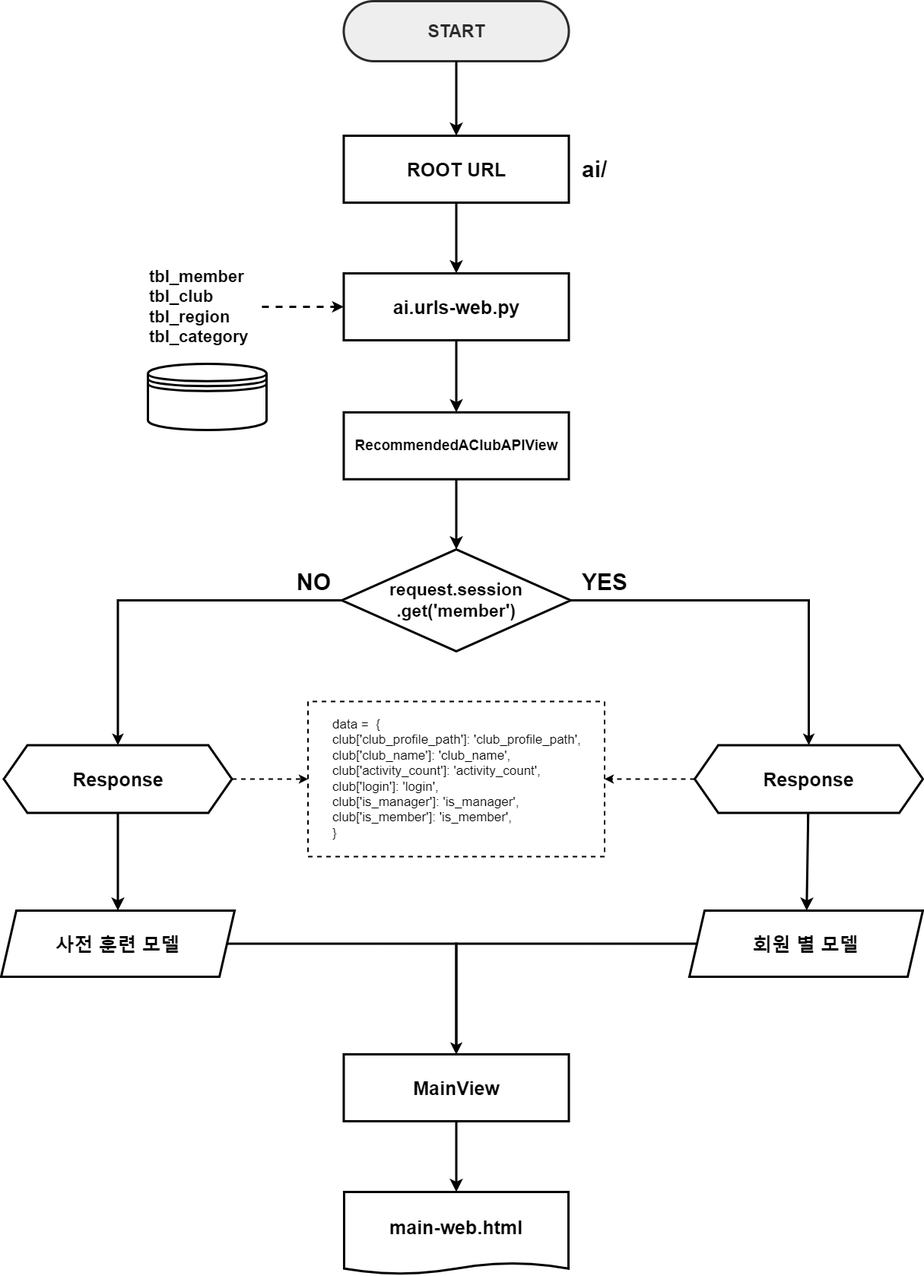
Before: teenplay/images/club_ai_flowchart.png, a diagram exported from draw.io (songseogyeong/project-machine_learning). Source tidied: cells renumbered, new cells last; positions are measured from the earlier drawing's top-left corner, leaving out a move shared by most shapes.
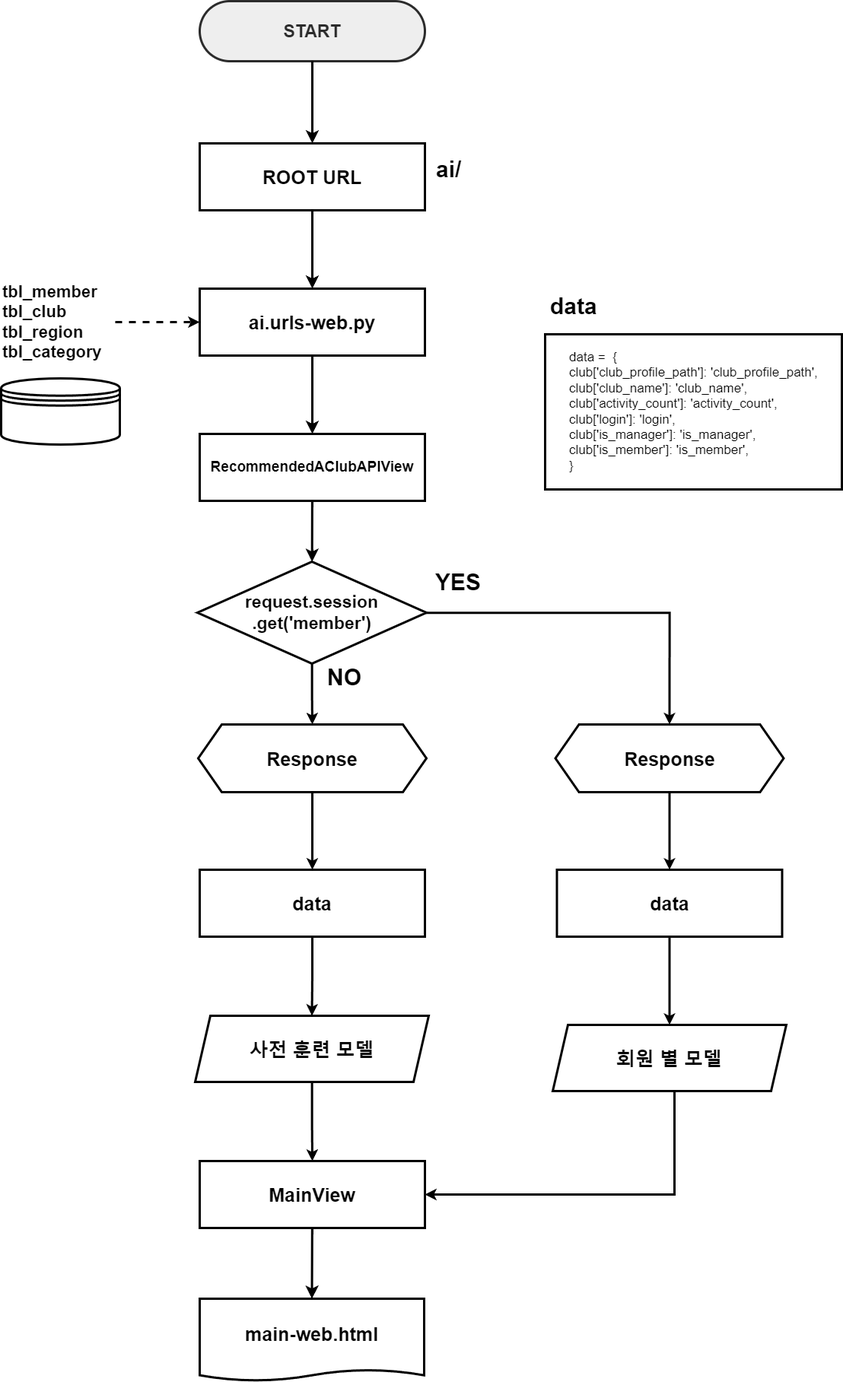
Above is the later version.

Change to the diagram source:
```diff
@@ -2,86 +2,84 @@
   <root>
     <mxCell id="0" />
     <mxCell id="1" parent="0" />
-    <mxCell id="2" style="shape=datastore;whiteSpace=wrap;html=1;strokeWidth=3;" parent="1" vertex="1">
-      <mxGeometry x="193" y="477" width="156" height="87" as="geometry" />
-    </mxCell>
+    <mxCell id="33" style="shape=datastore;whiteSpace=wrap;html=1;strokeWidth=3;" parent="1" vertex="1">
+      <mxGeometry x="339" y="496" width="156" height="87" as="geometry" />
+    </mxCell>
     <mxCell id="3" style="edgeStyle=orthogonalEdgeStyle;rounded=0;jettySize=auto;html=1;entryX=0;entryY=0.5;entryDx=0;entryDy=0;strokeWidth=3;dashed=1;" parent="1" edge="1" source="4" target="27">
       <mxGeometry relative="1" as="geometry" />
     </mxCell>
     <mxCell id="4" value="&lt;div style=&quot;font-size: 22px;&quot;&gt;&lt;font style=&quot;font-size: 22px;&quot;&gt;&lt;b style=&quot;font-size: 22px;&quot;&gt;tbl_member&lt;br style=&quot;font-size: 22px;&quot;&gt;&lt;/b&gt;&lt;/font&gt;&lt;/div&gt;&lt;div style=&quot;font-size: 22px;&quot;&gt;&lt;font style=&quot;font-size: 22px;&quot;&gt;&lt;b style=&quot;font-size: 22px;&quot;&gt;tbl_club&lt;br style=&quot;font-size: 22px;&quot;&gt;&lt;/b&gt;&lt;/font&gt;&lt;/div&gt;&lt;div style=&quot;font-size: 22px;&quot;&gt;&lt;font style=&quot;font-size: 22px;&quot;&gt;&lt;b style=&quot;font-size: 22px;&quot;&gt;tbl_region&lt;br style=&quot;font-size: 22px;&quot;&gt;&lt;/b&gt;&lt;/font&gt;&lt;/div&gt;&lt;div style=&quot;font-size: 22px;&quot;&gt;&lt;font style=&quot;font-size: 22px;&quot;&gt;&lt;b style=&quot;font-size: 22px;&quot;&gt;tbl_category&lt;/b&gt;&lt;/font&gt;&lt;/div&gt;" style="text;strokeColor=none;fillColor=none;html=1;align=left;verticalAlign=middle;whiteSpace=wrap;rounded=0;fontSize=22;fontFamily=Helvetica;flipV=1;" parent="1" vertex="1">
-      <mxGeometry x="193" y="330" width="150" height="144" as="geometry" />
+      <mxGeometry x="339" y="350" width="150" height="144" as="geometry" />
     </mxCell>
-    <mxCell id="5" style="edgeStyle=none;curved=1;rounded=0;jettySize=auto;html=1;fontSize=12;startSize=8;endSize=8;strokeWidth=3;" parent="1" edge="1" source="17" target="12">
-      <mxGeometry relative="1" as="geometry" />
-    </mxCell>
-    <mxCell id="6" style="edgeStyle=orthogonalEdgeStyle;rounded=0;jettySize=auto;html=1;strokeWidth=2;dashed=1;" parent="1" edge="1" source="17" target="15">
-      <mxGeometry relative="1" as="geometry" />
-    </mxCell>
-    <mxCell id="7" style="edgeStyle=none;curved=1;rounded=0;jettySize=auto;html=1;fontSize=12;startSize=8;endSize=8;strokeWidth=3;" parent="1" edge="1" source="18" target="10">
-      <mxGeometry relative="1" as="geometry" />
-    </mxCell>
-    <mxCell id="8" style="edgeStyle=orthogonalEdgeStyle;rounded=0;jettySize=auto;html=1;strokeWidth=2;dashed=1;" parent="1" edge="1" source="18" target="15">
-      <mxGeometry relative="1" as="geometry" />
-    </mxCell>
     <mxCell id="9" style="edgeStyle=orthogonalEdgeStyle;rounded=0;jettySize=auto;html=1;entryX=0.5;entryY=0;entryDx=0;entryDy=0;strokeWidth=3;" parent="1" edge="1" source="10" target="14">
       <mxGeometry relative="1" as="geometry" />
     </mxCell>
     <mxCell id="10" value="사전 훈련 모델" style="shape=parallelogram;perimeter=parallelogramPerimeter;whiteSpace=wrap;html=1;fixedSize=1;strokeWidth=3;fontSize=25;fontStyle=1;" parent="1" vertex="1">
-      <mxGeometry y="1196" width="307" height="87" as="geometry" />
+      <mxGeometry x="594" y="1334" width="307" height="87" as="geometry" />
     </mxCell>
-    <mxCell id="11" style="edgeStyle=orthogonalEdgeStyle;rounded=0;jettySize=auto;html=1;entryX=0.5;entryY=0;entryDx=0;entryDy=0;strokeWidth=3;" parent="1" edge="1" source="12" target="14">
-      <mxGeometry relative="1" as="geometry" />
+    <mxCell id="11" style="edgeStyle=orthogonalEdgeStyle;rounded=0;jettySize=auto;html=1;entryX=1;entryY=0.5;entryDx=0;entryDy=0;strokeWidth=3;" parent="1" edge="1" source="12" target="14">
+      <mxGeometry relative="1" as="geometry">
+        <Array as="points">
+          <mxPoint x="1224" y="1569" />
+        </Array>
+      </mxGeometry>
     </mxCell>
     <mxCell id="12" value="회원 별 모델" style="shape=parallelogram;perimeter=parallelogramPerimeter;whiteSpace=wrap;html=1;fixedSize=1;strokeWidth=3;fontSize=25;fontStyle=1;" parent="1" vertex="1">
-      <mxGeometry x="905" y="1196" width="307" height="87" as="geometry" />
+      <mxGeometry x="1064" y="1346" width="307" height="87" as="geometry" />
     </mxCell>
     <mxCell id="13" value="&lt;font style=&quot;font-size: 25px;&quot;&gt;main-web.html&lt;/font&gt;" style="shape=document;whiteSpace=wrap;html=1;boundedLbl=1;strokeWidth=3;fontStyle=1;fontSize=25;size=0.13576494427558072;" parent="1" vertex="1">
-      <mxGeometry x="451" y="1566" width="295" height="108" as="geometry" />
+      <mxGeometry x="600" y="1706" width="295" height="108" as="geometry" />
     </mxCell>
     <mxCell id="14" value="&lt;font style=&quot;font-size: 25px;&quot;&gt;MainView&lt;/font&gt;" style="rounded=0;whiteSpace=wrap;html=1;strokeWidth=3;fontStyle=1;fontSize=25;" parent="1" vertex="1">
-      <mxGeometry x="450.5" y="1385" width="296" height="88" as="geometry" />
+      <mxGeometry x="600" y="1525" width="296" height="88" as="geometry" />
     </mxCell>
-    <mxCell id="15" value="&lt;div style=&quot;font-size: 17px;&quot;&gt;&lt;span style=&quot;font-weight: normal;&quot;&gt;&lt;font style=&quot;font-size: 17px;&quot;&gt;data =&amp;nbsp; {&lt;/font&gt;&lt;/span&gt;&lt;/div&gt;&lt;div style=&quot;font-size: 17px;&quot;&gt;&lt;span style=&quot;font-weight: normal;&quot;&gt;&lt;font style=&quot;font-size: 17px;&quot;&gt;club['club_profile_path']: 'club_profile_path',&lt;/font&gt;&lt;/span&gt;&lt;/div&gt;&lt;div style=&quot;font-size: 17px;&quot;&gt;&lt;span style=&quot;font-weight: normal;&quot;&gt;&lt;font style=&quot;font-size: 17px;&quot;&gt;club['club_name']: 'club_name',&lt;/font&gt;&lt;/span&gt;&lt;/div&gt;&lt;div style=&quot;font-size: 17px;&quot;&gt;&lt;span style=&quot;font-weight: normal;&quot;&gt;&lt;font style=&quot;font-size: 17px;&quot;&gt;club['activity_count']: 'activity_count',&lt;/font&gt;&lt;/span&gt;&lt;/div&gt;&lt;div style=&quot;font-size: 17px;&quot;&gt;&lt;span style=&quot;font-weight: normal;&quot;&gt;&lt;font style=&quot;font-size: 17px;&quot;&gt;club['login']: 'login',&lt;/font&gt;&lt;/span&gt;&lt;/div&gt;&lt;div style=&quot;font-size: 17px;&quot;&gt;&lt;span style=&quot;font-weight: normal;&quot;&gt;&lt;font style=&quot;font-size: 17px;&quot;&gt;club['is_manager']: 'is_manager',&lt;/font&gt;&lt;/span&gt;&lt;/div&gt;&lt;div style=&quot;font-size: 17px;&quot;&gt;&lt;span style=&quot;font-weight: normal;&quot;&gt;&lt;font style=&quot;font-size: 17px;&quot;&gt;club['is_member']: 'is_member',&lt;/font&gt;&lt;/span&gt;&lt;/div&gt;&lt;div style=&quot;font-size: 17px;&quot;&gt;&lt;span style=&quot;font-weight: normal;&quot;&gt;&lt;font style=&quot;font-size: 17px;&quot;&gt;}&lt;/font&gt;&lt;/span&gt;&lt;/div&gt;" style="rounded=0;whiteSpace=wrap;html=1;strokeWidth=2;fontStyle=1;flipV=1;align=left;spacingLeft=30;spacingRight=30;dashed=1;" parent="1" vertex="1">
-      <mxGeometry x="403.5" y="921" width="390" height="204" as="geometry" />
+    <mxCell id="15" value="&lt;div style=&quot;font-size: 17px;&quot;&gt;&lt;span style=&quot;font-weight: normal;&quot;&gt;&lt;font style=&quot;font-size: 17px;&quot;&gt;data =&amp;nbsp; {&lt;/font&gt;&lt;/span&gt;&lt;/div&gt;&lt;div style=&quot;font-size: 17px;&quot;&gt;&lt;span style=&quot;font-weight: normal;&quot;&gt;&lt;font style=&quot;font-size: 17px;&quot;&gt;club['club_profile_path']: 'club_profile_path',&lt;/font&gt;&lt;/span&gt;&lt;/div&gt;&lt;div style=&quot;font-size: 17px;&quot;&gt;&lt;span style=&quot;font-weight: normal;&quot;&gt;&lt;font style=&quot;font-size: 17px;&quot;&gt;club['club_name']: 'club_name',&lt;/font&gt;&lt;/span&gt;&lt;/div&gt;&lt;div style=&quot;font-size: 17px;&quot;&gt;&lt;span style=&quot;font-weight: normal;&quot;&gt;&lt;font style=&quot;font-size: 17px;&quot;&gt;club['activity_count']: 'activity_count',&lt;/font&gt;&lt;/span&gt;&lt;/div&gt;&lt;div style=&quot;font-size: 17px;&quot;&gt;&lt;span style=&quot;font-weight: normal;&quot;&gt;&lt;font style=&quot;font-size: 17px;&quot;&gt;club['login']: 'login',&lt;/font&gt;&lt;/span&gt;&lt;/div&gt;&lt;div style=&quot;font-size: 17px;&quot;&gt;&lt;span style=&quot;font-weight: normal;&quot;&gt;&lt;font style=&quot;font-size: 17px;&quot;&gt;club['is_manager']: 'is_manager',&lt;/font&gt;&lt;/span&gt;&lt;/div&gt;&lt;div style=&quot;font-size: 17px;&quot;&gt;&lt;span style=&quot;font-weight: normal;&quot;&gt;&lt;font style=&quot;font-size: 17px;&quot;&gt;club['is_member']: 'is_member',&lt;/font&gt;&lt;/span&gt;&lt;/div&gt;&lt;div style=&quot;font-size: 17px;&quot;&gt;&lt;span style=&quot;font-weight: normal;&quot;&gt;&lt;font style=&quot;font-size: 17px;&quot;&gt;}&lt;/font&gt;&lt;/span&gt;&lt;/div&gt;" style="rounded=0;whiteSpace=wrap;html=1;strokeWidth=3;fontStyle=1;flipV=1;align=left;spacingLeft=30;spacingRight=30;" parent="1" vertex="1">
+      <mxGeometry x="1054" y="438" width="390" height="204" as="geometry" />
     </mxCell>
     <mxCell id="16" style="edgeStyle=none;curved=1;rounded=0;jettySize=auto;html=1;entryX=0.5;entryY=0;entryDx=0;entryDy=0;fontSize=12;startSize=8;endSize=8;strokeColor=default;strokeWidth=3;" parent="1" edge="1" source="14" target="13">
       <mxGeometry relative="1" as="geometry" />
     </mxCell>
-    <mxCell id="17" value="Response" style="shape=hexagon;perimeter=hexagonPerimeter2;whiteSpace=wrap;html=1;fixedSize=1;strokeWidth=3;size=31.000000000000057;fontSize=25;fontStyle=1;" parent="1" vertex="1">
-      <mxGeometry x="912" y="978.5" width="300" height="89" as="geometry" />
-    </mxCell>
-    <mxCell id="18" value="Response" style="shape=hexagon;perimeter=hexagonPerimeter2;whiteSpace=wrap;html=1;fixedSize=1;strokeWidth=3;size=31.000000000000057;fontSize=25;fontStyle=1;" parent="1" vertex="1">
-      <mxGeometry x="3.5" y="978.5" width="300" height="89" as="geometry" />
-    </mxCell>
-    <mxCell id="19" style="edgeStyle=orthogonalEdgeStyle;rounded=0;jettySize=auto;html=1;entryX=0.5;entryY=0;entryDx=0;entryDy=0;strokeWidth=3;" parent="1" edge="1" source="26" target="18">
-      <mxGeometry relative="1" as="geometry" />
-    </mxCell>
-    <mxCell id="20" style="edgeStyle=orthogonalEdgeStyle;rounded=0;jettySize=auto;html=1;entryX=0.5;entryY=0;entryDx=0;entryDy=0;strokeWidth=3;" parent="1" edge="1" source="26" target="17">
-      <mxGeometry relative="1" as="geometry" />
-    </mxCell>
+    <mxCell id="34" style="edgeStyle=orthogonalEdgeStyle;rounded=0;jettySize=auto;html=1;strokeWidth=3;" parent="1" edge="1" source="35" target="43">
+      <mxGeometry relative="1" as="geometry" />
+    </mxCell>
+    <mxCell id="35" value="Response" style="shape=hexagon;perimeter=hexagonPerimeter2;whiteSpace=wrap;html=1;fixedSize=1;strokeWidth=3;size=31.000000000000057;fontSize=25;fontStyle=1;" parent="1" vertex="1">
+      <mxGeometry x="1067.5" y="951" width="300" height="89" as="geometry" />
+    </mxCell>
+    <mxCell id="36" style="edgeStyle=orthogonalEdgeStyle;rounded=0;jettySize=auto;html=1;entryX=0.5;entryY=0;entryDx=0;entryDy=0;strokeWidth=3;" parent="1" edge="1" source="37" target="41">
+      <mxGeometry relative="1" as="geometry" />
+    </mxCell>
+    <mxCell id="37" value="Response" style="shape=hexagon;perimeter=hexagonPerimeter2;whiteSpace=wrap;html=1;fixedSize=1;strokeWidth=3;size=31.000000000000057;fontSize=25;fontStyle=1;" parent="1" vertex="1">
+      <mxGeometry x="598" y="951" width="300" height="89" as="geometry" />
+    </mxCell>
+    <mxCell id="38" style="edgeStyle=orthogonalEdgeStyle;rounded=0;jettySize=auto;html=1;entryX=0.5;entryY=0;entryDx=0;entryDy=0;strokeWidth=3;" parent="1" edge="1" source="26" target="35">
+      <mxGeometry relative="1" as="geometry" />
+    </mxCell>
     <mxCell id="21" value="&lt;div style=&quot;&quot;&gt;&lt;b style=&quot;&quot;&gt;&lt;font style=&quot;font-size: 30px;&quot;&gt;NO&lt;/font&gt;&lt;/b&gt;&lt;/div&gt;" style="text;strokeColor=none;fillColor=none;html=1;align=right;verticalAlign=middle;whiteSpace=wrap;rounded=0;fontSize=20;fontFamily=Helvetica;flipV=0;flipH=1;" parent="1" vertex="1">
-      <mxGeometry x="345" y="741" width="91" height="45" as="geometry" />
+      <mxGeometry x="724" y="866" width="91" height="45" as="geometry" />
     </mxCell>
     <mxCell id="22" value="&lt;div style=&quot;&quot;&gt;&lt;b style=&quot;&quot;&gt;&lt;font style=&quot;font-size: 30px;&quot;&gt;YES&lt;/font&gt;&lt;/b&gt;&lt;/div&gt;" style="text;strokeColor=none;fillColor=none;html=1;align=left;verticalAlign=middle;whiteSpace=wrap;rounded=0;fontSize=20;fontFamily=Helvetica;flipV=0;flipH=1;" parent="1" vertex="1">
-      <mxGeometry x="762" y="741" width="91" height="45" as="geometry" />
+      <mxGeometry x="908" y="741" width="91" height="45" as="geometry" />
     </mxCell>
     <mxCell id="23" value="&lt;div style=&quot;&quot;&gt;&lt;b style=&quot;&quot;&gt;&lt;font style=&quot;font-size: 30px;&quot;&gt;ai/&lt;/font&gt;&lt;/b&gt;&lt;/div&gt;" style="text;strokeColor=none;fillColor=none;html=1;align=left;verticalAlign=middle;whiteSpace=wrap;rounded=0;fontSize=20;fontFamily=Helvetica;flipV=0;flipH=1;" parent="1" vertex="1">
-      <mxGeometry x="762" y="198.5" width="91" height="45" as="geometry" />
+      <mxGeometry x="909" y="198.5" width="91" height="45" as="geometry" />
     </mxCell>
     <mxCell id="24" value="&lt;h3 style=&quot;&quot;&gt;&lt;font style=&quot;font-size: 23px;&quot;&gt;START&lt;/font&gt;&lt;/h3&gt;" style="rounded=1;whiteSpace=wrap;html=1;arcSize=50;strokeWidth=3;strokeColor=#2B2B2B;fillColor=#eeeeee;fontColor=#2B2B2B;fontSize=14;" parent="1" vertex="1">
-      <mxGeometry x="450.5" width="296" height="79" as="geometry" />
+      <mxGeometry x="600" width="296" height="79" as="geometry" />
     </mxCell>
     <mxCell id="25" value="&lt;font size=&quot;1&quot; style=&quot;&quot;&gt;&lt;b style=&quot;font-size: 25px;&quot;&gt;ROOT URL&lt;/b&gt;&lt;/font&gt;" style="rounded=0;whiteSpace=wrap;html=1;strokeWidth=3;" parent="1" vertex="1">
-      <mxGeometry x="450.5" y="177" width="296" height="88" as="geometry" />
+      <mxGeometry x="600" y="187" width="296" height="88" as="geometry" />
     </mxCell>
+    <mxCell id="39" style="edgeStyle=orthogonalEdgeStyle;rounded=0;jettySize=auto;html=1;entryX=0.5;entryY=0;entryDx=0;entryDy=0;strokeWidth=3;" parent="1" edge="1" source="26" target="37">
+      <mxGeometry relative="1" as="geometry" />
+    </mxCell>
     <mxCell id="26" value="&lt;b style=&quot;font-size: 23px;&quot;&gt;&lt;font style=&quot;font-size: 23px;&quot;&gt;request.session&lt;/font&gt;&lt;/b&gt;&lt;div style=&quot;font-size: 23px;&quot;&gt;&lt;b style=&quot;&quot;&gt;&lt;font style=&quot;font-size: 23px;&quot;&gt;.get('member')&lt;/font&gt;&lt;/b&gt;&lt;/div&gt;" style="rhombus;whiteSpace=wrap;html=1;strokeWidth=3;rounded=0;arcSize=18;" parent="1" vertex="1">
-      <mxGeometry x="448" y="721" width="301" height="134" as="geometry" />
+      <mxGeometry x="597" y="737" width="301" height="134" as="geometry" />
     </mxCell>
     <mxCell id="27" value="&lt;font style=&quot;font-size: 25px;&quot;&gt;ai.urls-web.py&lt;/font&gt;" style="rounded=0;whiteSpace=wrap;html=1;strokeWidth=3;fontStyle=1;" parent="1" vertex="1">
-      <mxGeometry x="450.5" y="358" width="296" height="88" as="geometry" />
+      <mxGeometry x="600" y="378" width="296" height="88" as="geometry" />
     </mxCell>
     <mxCell id="28" value="&lt;font style=&quot;font-size: 19px;&quot;&gt;RecommendedAClubAPIView&lt;/font&gt;" style="rounded=0;whiteSpace=wrap;html=1;strokeWidth=3;fontStyle=1;flipV=1;" parent="1" vertex="1">
-      <mxGeometry x="450.5" y="540.8" width="296" height="88" as="geometry" />
+      <mxGeometry x="600" y="569" width="296" height="88" as="geometry" />
     </mxCell>
     <mxCell id="29" style="edgeStyle=none;curved=1;rounded=0;jettySize=auto;html=1;fontSize=12;startSize=8;endSize=8;strokeWidth=3;" parent="1" edge="1" source="24" target="25">
       <mxGeometry relative="1" as="geometry" />
@@ -95,5 +93,20 @@
     <mxCell id="32" style="edgeStyle=none;curved=1;rounded=0;jettySize=auto;html=1;fontSize=12;startSize=8;endSize=8;strokeWidth=3;" parent="1" edge="1" source="28" target="26">
       <mxGeometry relative="1" as="geometry" />
     </mxCell>
+    <mxCell id="40" style="edgeStyle=orthogonalEdgeStyle;rounded=0;jettySize=auto;html=1;entryX=0.5;entryY=0;entryDx=0;entryDy=0;strokeWidth=3;" parent="1" edge="1" source="41" target="10">
+      <mxGeometry relative="1" as="geometry" />
+    </mxCell>
+    <mxCell id="41" value="&lt;font style=&quot;font-size: 25px;&quot;&gt;data&lt;/font&gt;" style="rounded=0;whiteSpace=wrap;html=1;strokeWidth=3;fontStyle=1;fontSize=25;" parent="1" vertex="1">
+      <mxGeometry x="600" y="1142" width="296" height="88" as="geometry" />
+    </mxCell>
+    <mxCell id="42" style="edgeStyle=orthogonalEdgeStyle;rounded=0;jettySize=auto;html=1;strokeWidth=3;" parent="1" edge="1" source="43" target="12">
+      <mxGeometry relative="1" as="geometry" />
+    </mxCell>
+    <mxCell id="43" value="&lt;font style=&quot;font-size: 25px;&quot;&gt;data&lt;/font&gt;" style="rounded=0;whiteSpace=wrap;html=1;strokeWidth=3;fontStyle=1;fontSize=25;" parent="1" vertex="1">
+      <mxGeometry x="1069.5" y="1142" width="296" height="88" as="geometry" />
+    </mxCell>
+    <mxCell id="44" value="&lt;div style=&quot;&quot;&gt;&lt;b style=&quot;&quot;&gt;&lt;font style=&quot;font-size: 30px;&quot;&gt;data&lt;/font&gt;&lt;/b&gt;&lt;/div&gt;" style="text;strokeColor=none;fillColor=none;html=1;align=left;verticalAlign=middle;whiteSpace=wrap;rounded=0;fontSize=20;fontFamily=Helvetica;flipV=0;flipH=1;" parent="1" vertex="1">
+      <mxGeometry x="1058.5" y="378" width="91" height="45" as="geometry" />
+    </mxCell>
   </root>
 </mxGraphModel>
```
